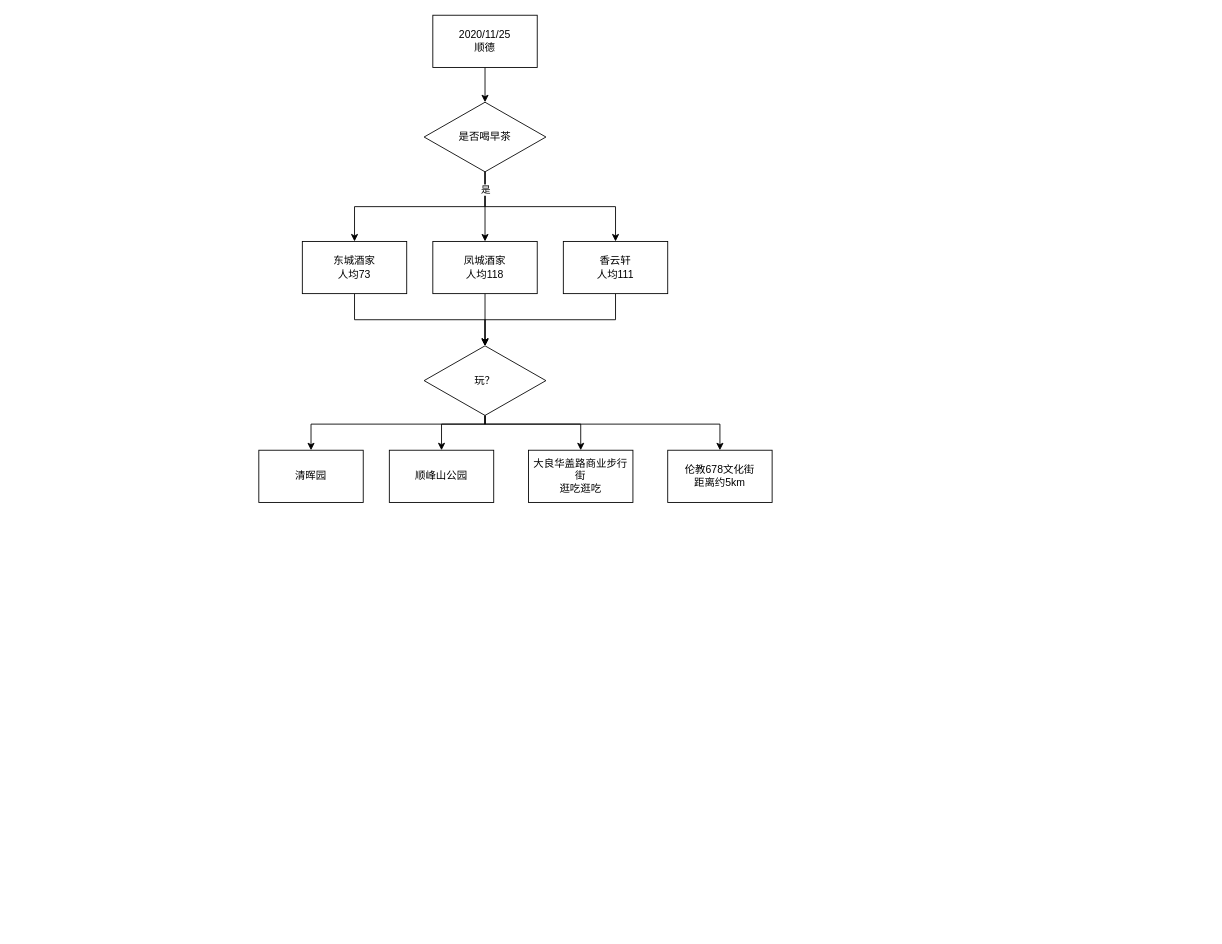
This is 走走停停.drawio from zjtone/RL-Note, a draw.io file, before an edit. Source tidied: cells renumbered, new cells numbered last; positions are measured from the earlier drawing's top-left corner, leaving out a move shared by most shapes. Both pictures are drawn from the tidied source at 87%, with x=0, y=0 at pixel (258, 15).
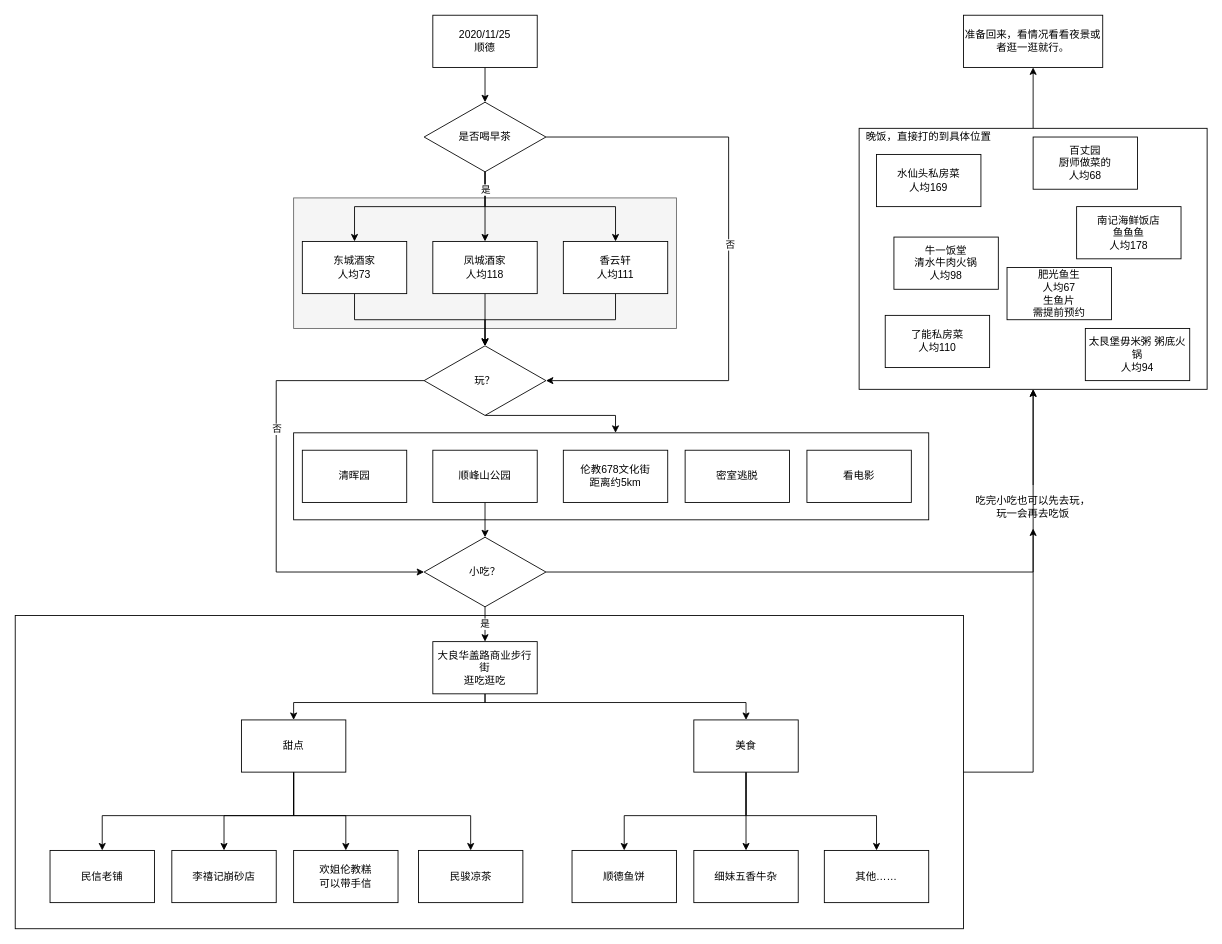
Above is the later version.

The change refers to these unchanged cells:
```xml
<mxCell id="12" value="是否喝早茶" style="rhombus;whiteSpace=wrap;html=1;" parent="1" vertex="1">
  <mxGeometry x="190" y="100" width="140" height="80" as="geometry" />
</mxCell>
<mxCell id="19" value="玩？" style="rhombus;whiteSpace=wrap;html=1;" parent="1" vertex="1">
  <mxGeometry x="190" y="380" width="140" height="80" as="geometry" />
</mxCell>
```

The edit, as a diff of the source:
```diff
@@
+    <mxCell id="24" style="rounded=0;whiteSpace=wrap;html=1;fillColor=#f5f5f5;strokeColor=#666666;fontColor=#333333;" parent="1" vertex="1">
+      <mxGeometry x="40" y="210" width="440" height="150" as="geometry" />
+    </mxCell>
+    <mxCell id="25" style="rounded=0;whiteSpace=wrap;html=1;" parent="1" vertex="1">
+      <mxGeometry x="40" y="480" width="730" height="100" as="geometry" />
+    </mxCell>
+    <mxCell id="26" style="edgeStyle=orthogonalEdgeStyle;rounded=0;jettySize=auto;html=1;entryX=0.5;entryY=1;entryDx=0;entryDy=0;" parent="1" edge="1" source="27" target="61">
+      <mxGeometry relative="1" as="geometry">
+        <Array as="points">
+          <mxPoint x="890" y="870" />
+        </Array>
+      </mxGeometry>
+    </mxCell>
+    <mxCell id="27" style="rounded=0;whiteSpace=wrap;html=1;fillColor=none;" parent="1" vertex="1">
+      <mxGeometry x="-280" y="690" width="1090" height="360" as="geometry" />
+    </mxCell>
@@
+    <mxCell id="28" style="edgeStyle=orthogonalEdgeStyle;rounded=0;jettySize=auto;html=1;entryX=1;entryY=0.5;entryDx=0;entryDy=0;" parent="1" edge="1" source="12" target="19">
+      <mxGeometry relative="1" as="geometry">
+        <Array as="points">
+          <mxPoint x="540" y="140" />
+          <mxPoint x="540" y="420" />
+        </Array>
+      </mxGeometry>
+    </mxCell>
+    <mxCell id="29" value="否" style="edgeLabel;html=1;align=center;verticalAlign=middle;" parent="28" vertex="1">
+      <mxGeometry x="-0.05" y="1" relative="1" as="geometry" />
+    </mxCell>
@@
-    <mxCell id="15" style="edgeStyle=orthogonalEdgeStyle;rounded=0;jettySize=auto;html=1;" parent="1" edge="1" source="19" target="21">
-      <mxGeometry relative="1" as="geometry">
-        <Array as="points">
-          <mxPoint x="260" y="470" />
-          <mxPoint x="210" y="470" />
-        </Array>
-      </mxGeometry>
-    </mxCell>
-    <mxCell id="16" style="edgeStyle=orthogonalEdgeStyle;rounded=0;jettySize=auto;html=1;" parent="1" edge="1" source="19" target="22">
-      <mxGeometry relative="1" as="geometry">
-        <Array as="points">
-          <mxPoint x="260" y="470" />
-          <mxPoint x="370" y="470" />
-        </Array>
-      </mxGeometry>
-    </mxCell>
-    <mxCell id="17" style="edgeStyle=orthogonalEdgeStyle;rounded=0;jettySize=auto;html=1;entryX=0.5;entryY=0;entryDx=0;entryDy=0;" parent="1" edge="1" source="19" target="20">
-      <mxGeometry relative="1" as="geometry">
-        <Array as="points">
-          <mxPoint x="260" y="470" />
-          <mxPoint x="60" y="470" />
-        </Array>
-      </mxGeometry>
-    </mxCell>
-    <mxCell id="18" style="edgeStyle=orthogonalEdgeStyle;rounded=0;jettySize=auto;html=1;" parent="1" edge="1" source="19" target="23">
-      <mxGeometry relative="1" as="geometry">
-        <Array as="points">
-          <mxPoint x="260" y="470" />
-          <mxPoint x="530" y="470" />
-        </Array>
-      </mxGeometry>
-    </mxCell>
+    <mxCell id="30" style="edgeStyle=orthogonalEdgeStyle;rounded=0;jettySize=auto;html=1;entryX=0;entryY=0.5;entryDx=0;entryDy=0;" parent="1" edge="1" source="19" target="38">
+      <mxGeometry relative="1" as="geometry">
+        <Array as="points">
+          <mxPoint x="20" y="420" />
+          <mxPoint x="20" y="640" />
+        </Array>
+      </mxGeometry>
+    </mxCell>
+    <mxCell id="31" value="否" style="edgeLabel;html=1;align=center;verticalAlign=middle;" parent="30" vertex="1">
+      <mxGeometry x="-0.39" y="54" relative="1" as="geometry">
+        <mxPoint x="-54" y="54" as="offset" />
+      </mxGeometry>
+    </mxCell>
+    <mxCell id="32" style="edgeStyle=orthogonalEdgeStyle;rounded=0;jettySize=auto;html=1;" parent="1" edge="1" source="19" target="25">
+      <mxGeometry relative="1" as="geometry">
+        <Array as="points">
+          <mxPoint x="410" y="460" />
+        </Array>
+      </mxGeometry>
+    </mxCell>
@@
     <mxCell id="20" value="清晖园" style="rounded=0;whiteSpace=wrap;html=1;" parent="1" vertex="1">
-      <mxGeometry y="500" width="120" height="60" as="geometry" />
+      <mxGeometry x="50" y="500" width="120" height="60" as="geometry" />
     </mxCell>
+    <mxCell id="33" style="edgeStyle=orthogonalEdgeStyle;rounded=0;jettySize=auto;html=1;entryX=0.5;entryY=0;entryDx=0;entryDy=0;" parent="1" edge="1" source="21" target="38">
+      <mxGeometry relative="1" as="geometry" />
+    </mxCell>
     <mxCell id="21" value="顺峰山公园" style="rounded=0;whiteSpace=wrap;html=1;" parent="1" vertex="1">
-      <mxGeometry x="150" y="500" width="120" height="60" as="geometry" />
+      <mxGeometry x="200" y="500" width="120" height="60" as="geometry" />
     </mxCell>
+    <mxCell id="34" style="edgeStyle=orthogonalEdgeStyle;rounded=0;jettySize=auto;html=1;" parent="1" edge="1" source="22" target="43">
+      <mxGeometry relative="1" as="geometry">
+        <Array as="points">
+          <mxPoint x="260" y="790" />
+          <mxPoint x="40" y="790" />
+        </Array>
+      </mxGeometry>
+    </mxCell>
+    <mxCell id="35" style="edgeStyle=orthogonalEdgeStyle;rounded=0;jettySize=auto;html=1;" parent="1" edge="1" source="22" target="51">
+      <mxGeometry relative="1" as="geometry">
+        <Array as="points">
+          <mxPoint x="260" y="790" />
+          <mxPoint x="560" y="790" />
+        </Array>
+      </mxGeometry>
+    </mxCell>
     <mxCell id="22" value="大良华盖路商业步行街&lt;br&gt;逛吃逛吃" style="rounded=0;whiteSpace=wrap;html=1;" parent="1" vertex="1">
-      <mxGeometry x="310" y="500" width="120" height="60" as="geometry" />
+      <mxGeometry x="200" y="720" width="120" height="60" as="geometry" />
     </mxCell>
     <mxCell id="23" value="伦教678文化街&lt;br&gt;距离约5km" style="rounded=0;whiteSpace=wrap;html=1;" parent="1" vertex="1">
-      <mxGeometry x="470" y="500" width="120" height="60" as="geometry" />
+      <mxGeometry x="350" y="500" width="120" height="60" as="geometry" />
     </mxCell>
+    <mxCell id="36" value="是" style="edgeStyle=orthogonalEdgeStyle;rounded=0;jettySize=auto;html=1;entryX=0.5;entryY=0;entryDx=0;entryDy=0;" parent="1" edge="1" source="38" target="22">
+      <mxGeometry relative="1" as="geometry" />
+    </mxCell>
+    <mxCell id="37" style="edgeStyle=orthogonalEdgeStyle;rounded=0;jettySize=auto;html=1;" parent="1" edge="1" source="55" target="61">
+      <mxGeometry relative="1" as="geometry" />
+    </mxCell>
+    <mxCell id="38" value="小吃？" style="rhombus;whiteSpace=wrap;html=1;" parent="1" vertex="1">
+      <mxGeometry x="190" y="600" width="140" height="80" as="geometry" />
+    </mxCell>
+    <mxCell id="39" style="edgeStyle=orthogonalEdgeStyle;rounded=0;jettySize=auto;html=1;" parent="1" edge="1" source="43" target="44">
+      <mxGeometry relative="1" as="geometry">
+        <Array as="points">
+          <mxPoint x="40" y="920" />
+          <mxPoint x="-180" y="920" />
+        </Array>
+      </mxGeometry>
+    </mxCell>
+    <mxCell id="40" style="edgeStyle=orthogonalEdgeStyle;rounded=0;jettySize=auto;html=1;entryX=0.5;entryY=0;entryDx=0;entryDy=0;" parent="1" edge="1" source="43" target="45">
+      <mxGeometry relative="1" as="geometry">
+        <Array as="points">
+          <mxPoint x="40" y="920" />
+          <mxPoint x="-40" y="920" />
+        </Array>
+      </mxGeometry>
+    </mxCell>
+    <mxCell id="41" style="edgeStyle=orthogonalEdgeStyle;rounded=0;jettySize=auto;html=1;" parent="1" edge="1" source="43" target="46">
+      <mxGeometry relative="1" as="geometry">
+        <Array as="points">
+          <mxPoint x="40" y="920" />
+          <mxPoint x="100" y="920" />
+        </Array>
+      </mxGeometry>
+    </mxCell>
+    <mxCell id="42" style="edgeStyle=orthogonalEdgeStyle;rounded=0;jettySize=auto;html=1;entryX=0.5;entryY=0;entryDx=0;entryDy=0;" parent="1" edge="1" source="43" target="47">
+      <mxGeometry relative="1" as="geometry">
+        <Array as="points">
+          <mxPoint x="40" y="920" />
+          <mxPoint x="244" y="920" />
+        </Array>
+      </mxGeometry>
+    </mxCell>
+    <mxCell id="43" value="甜点" style="rounded=0;whiteSpace=wrap;html=1;" parent="1" vertex="1">
+      <mxGeometry x="-20" y="810" width="120" height="60" as="geometry" />
+    </mxCell>
+    <mxCell id="44" value="民信老铺" style="rounded=0;whiteSpace=wrap;html=1;" parent="1" vertex="1">
+      <mxGeometry x="-240" y="960" width="120" height="60" as="geometry" />
+    </mxCell>
+    <mxCell id="45" value="李禧记崩砂店" style="rounded=0;whiteSpace=wrap;html=1;" parent="1" vertex="1">
+      <mxGeometry x="-100" y="960" width="120" height="60" as="geometry" />
+    </mxCell>
+    <mxCell id="46" value="欢姐伦教糕&lt;br&gt;可以带手信" style="rounded=0;whiteSpace=wrap;html=1;" parent="1" vertex="1">
+      <mxGeometry x="40" y="960" width="120" height="60" as="geometry" />
+    </mxCell>
+    <mxCell id="47" value="民骏凉茶" style="rounded=0;whiteSpace=wrap;html=1;" parent="1" vertex="1">
+      <mxGeometry x="183.5" y="960" width="120" height="60" as="geometry" />
+    </mxCell>
+    <mxCell id="48" style="edgeStyle=orthogonalEdgeStyle;rounded=0;jettySize=auto;html=1;" parent="1" edge="1" source="51" target="52">
+      <mxGeometry relative="1" as="geometry">
+        <Array as="points">
+          <mxPoint x="560" y="920" />
+          <mxPoint x="420" y="920" />
+        </Array>
+      </mxGeometry>
+    </mxCell>
+    <mxCell id="49" style="edgeStyle=orthogonalEdgeStyle;rounded=0;jettySize=auto;html=1;" parent="1" edge="1" source="51" target="53">
+      <mxGeometry relative="1" as="geometry">
+        <Array as="points">
+          <mxPoint x="560" y="890" />
+          <mxPoint x="560" y="890" />
+        </Array>
+      </mxGeometry>
+    </mxCell>
+    <mxCell id="50" style="edgeStyle=orthogonalEdgeStyle;rounded=0;jettySize=auto;html=1;entryX=0.5;entryY=0;entryDx=0;entryDy=0;" parent="1" edge="1" source="51" target="54">
+      <mxGeometry relative="1" as="geometry">
+        <Array as="points">
+          <mxPoint x="560" y="920" />
+          <mxPoint x="710" y="920" />
+        </Array>
+      </mxGeometry>
+    </mxCell>
+    <mxCell id="51" value="美食" style="rounded=0;whiteSpace=wrap;html=1;" parent="1" vertex="1">
+      <mxGeometry x="500" y="810" width="120" height="60" as="geometry" />
+    </mxCell>
+    <mxCell id="52" value="顺德鱼饼" style="rounded=0;whiteSpace=wrap;html=1;" parent="1" vertex="1">
+      <mxGeometry x="360" y="960" width="120" height="60" as="geometry" />
+    </mxCell>
+    <mxCell id="53" value="细妹五香牛杂" style="rounded=0;whiteSpace=wrap;html=1;" parent="1" vertex="1">
+      <mxGeometry x="500" y="960" width="120" height="60" as="geometry" />
+    </mxCell>
+    <mxCell id="54" value="其他……" style="rounded=0;whiteSpace=wrap;html=1;" parent="1" vertex="1">
+      <mxGeometry x="650" y="960" width="120" height="60" as="geometry" />
+    </mxCell>
+    <mxCell id="55" value="吃完小吃也可以先去玩，玩一会再去吃饭" style="text;html=1;strokeColor=none;fillColor=none;align=center;verticalAlign=middle;whiteSpace=wrap;rounded=0;" parent="1" vertex="1">
+      <mxGeometry x="820" y="540" width="140" height="50" as="geometry" />
+    </mxCell>
+    <mxCell id="56" style="edgeStyle=orthogonalEdgeStyle;rounded=0;jettySize=auto;html=1;" parent="1" edge="1" source="38" target="55">
+      <mxGeometry relative="1" as="geometry" />
+    </mxCell>
+    <mxCell id="57" value="准备回来，看情况看看夜景或者逛一逛就行。" style="rounded=0;whiteSpace=wrap;html=1;" parent="1" vertex="1">
+      <mxGeometry x="810" width="160" height="60" as="geometry" />
+    </mxCell>
+    <mxCell id="58" style="edgeStyle=orthogonalEdgeStyle;rounded=0;jettySize=auto;html=1;entryX=0.5;entryY=1;entryDx=0;entryDy=0;" parent="1" edge="1" source="61" target="57">
+      <mxGeometry relative="1" as="geometry" />
+    </mxCell>
+    <mxCell id="59" value="密室逃脱" style="rounded=0;whiteSpace=wrap;html=1;" parent="1" vertex="1">
+      <mxGeometry x="490" y="500" width="120" height="60" as="geometry" />
+    </mxCell>
+    <mxCell id="60" value="看电影" style="rounded=0;whiteSpace=wrap;html=1;" parent="1" vertex="1">
+      <mxGeometry x="630" y="500" width="120" height="60" as="geometry" />
+    </mxCell>
+    <mxCell id="61" style="rounded=0;whiteSpace=wrap;html=1;" parent="1" vertex="1">
+      <mxGeometry x="690" y="130" width="400" height="300" as="geometry" />
+    </mxCell>
+    <mxCell id="62" value="牛一饭堂&lt;br&gt;清水牛肉火锅&lt;br&gt;人均98" style="rounded=0;whiteSpace=wrap;html=1;" parent="1" vertex="1">
+      <mxGeometry x="730" y="255" width="120" height="60" as="geometry" />
+    </mxCell>
+    <mxCell id="63" value="南记海鲜饭店&lt;br&gt;鱼鱼鱼&lt;br&gt;人均178" style="rounded=0;whiteSpace=wrap;html=1;" parent="1" vertex="1">
+      <mxGeometry x="940" y="220" width="120" height="60" as="geometry" />
+    </mxCell>
+    <mxCell id="64" value="了能私房菜&lt;br&gt;人均110" style="rounded=0;whiteSpace=wrap;html=1;" parent="1" vertex="1">
+      <mxGeometry x="720" y="345" width="120" height="60" as="geometry" />
+    </mxCell>
+    <mxCell id="65" value="水仙头私房菜&lt;br&gt;人均169" style="rounded=0;whiteSpace=wrap;html=1;" parent="1" vertex="1">
+      <mxGeometry x="710" y="160" width="120" height="60" as="geometry" />
+    </mxCell>
+    <mxCell id="66" value="百丈园&lt;br&gt;厨师做菜的&lt;br&gt;人均68" style="rounded=0;whiteSpace=wrap;html=1;" parent="1" vertex="1">
+      <mxGeometry x="890" y="140" width="120" height="60" as="geometry" />
+    </mxCell>
+    <mxCell id="67" value="肥光鱼生&lt;br&gt;人均67&lt;br&gt;生鱼片&lt;br&gt;需提前预约" style="rounded=0;whiteSpace=wrap;html=1;" parent="1" vertex="1">
+      <mxGeometry x="860" y="290" width="120" height="60" as="geometry" />
+    </mxCell>
+    <mxCell id="68" value="晚饭，直接打的到具体位置" style="text;html=1;strokeColor=none;fillColor=none;align=center;verticalAlign=middle;whiteSpace=wrap;rounded=0;" parent="1" vertex="1">
+      <mxGeometry x="690" y="130" width="160" height="20" as="geometry" />
+    </mxCell>
+    <mxCell id="69" value="太艮堡毋米粥 粥底火锅&lt;br&gt;人均94" style="rounded=0;whiteSpace=wrap;html=1;fillColor=none;" parent="1" vertex="1">
+      <mxGeometry x="950" y="360" width="120" height="60" as="geometry" />
+    </mxCell>
```
